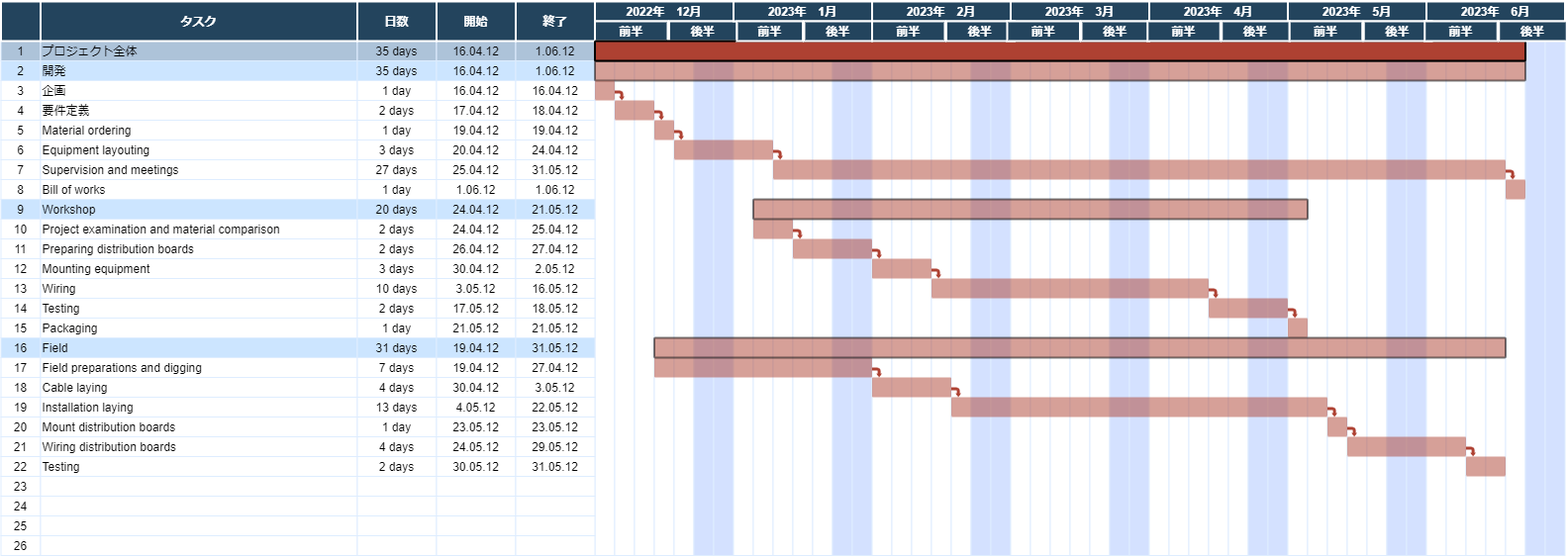
Before: スケジュール.drawio.png, a diagram exported from draw.io (buyodo/webgis-doc). Source tidied: cells renumbered, new cells last; positions are measured from the earlier drawing's top-left corner, leaving out a move shared by most shapes.
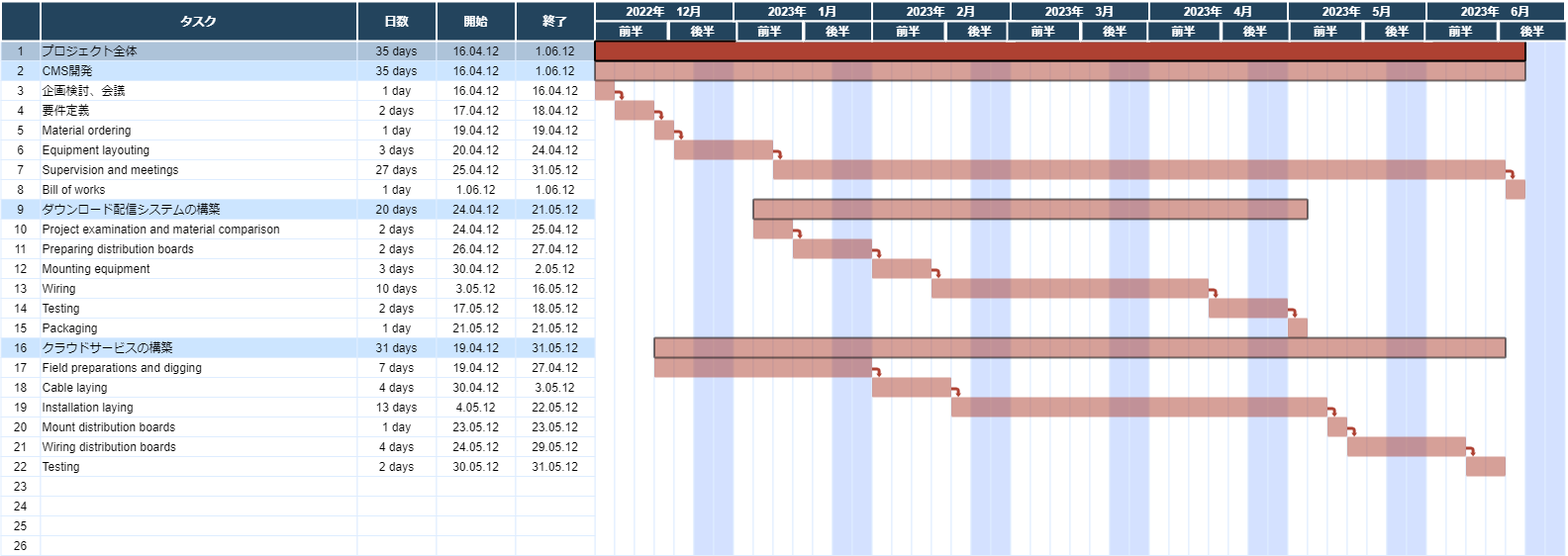
Later version of the same file.

Commit message:
スケジュール.drawio.png を更新します

The edit, as a diff of the source:
```diff
@@ -23,7 +23,7 @@
     <mxCell id="8" value="2" style="strokeColor=#DEEDFF;fillColor=#CCE5FF;" parent="1" vertex="1">
       <mxGeometry x="0.5" y="60" width="40" height="20" as="geometry" />
     </mxCell>
-    <mxCell id="9" value="開発" style="align=left;strokeColor=#DEEDFF;fillColor=#CCE5FF;" parent="1" vertex="1">
+    <mxCell id="9" value="CMS開発" style="align=left;strokeColor=#DEEDFF;fillColor=#CCE5FF;" parent="1" vertex="1">
       <mxGeometry x="40.5" y="60" width="320" height="20" as="geometry" />
     </mxCell>
     <mxCell id="10" value="35 days" style="strokeColor=#DEEDFF;fillColor=#CCE5FF;" parent="1" vertex="1">
@@ -38,7 +38,7 @@
     <mxCell id="13" value="3" style="strokeColor=#DEEDFF;" parent="1" vertex="1">
       <mxGeometry x="0.5" y="80" width="40" height="20" as="geometry" />
     </mxCell>
-    <mxCell id="14" value="企画" style="align=left;strokeColor=#DEEDFF;" parent="1" vertex="1">
+    <mxCell id="14" value="企画検討、会議" style="align=left;strokeColor=#DEEDFF;" parent="1" vertex="1">
       <mxGeometry x="40.5" y="80" width="320" height="20" as="geometry" />
     </mxCell>
     <mxCell id="15" value="1 day" style="strokeColor=#DEEDFF;" parent="1" vertex="1">
@@ -128,7 +128,7 @@
     <mxCell id="43" value="9" style="strokeColor=#DEEDFF;fillColor=#CCE5FF;" parent="1" vertex="1">
       <mxGeometry x="0.5" y="200" width="40" height="20" as="geometry" />
     </mxCell>
-    <mxCell id="44" value="Workshop" style="align=left;strokeColor=#DEEDFF;fillColor=#CCE5FF;" parent="1" vertex="1">
+    <mxCell id="44" value="ダウンロード配信システムの構築" style="align=left;strokeColor=#DEEDFF;fillColor=#CCE5FF;" parent="1" vertex="1">
       <mxGeometry x="40.5" y="200" width="320" height="20" as="geometry" />
     </mxCell>
     <mxCell id="45" value="20 days" style="strokeColor=#DEEDFF;fillColor=#CCE5FF;" parent="1" vertex="1">
@@ -233,7 +233,7 @@
     <mxCell id="78" value="16" style="strokeColor=#DEEDFF;fillColor=#CCE5FF;" parent="1" vertex="1">
       <mxGeometry x="0.5" y="340" width="40" height="20" as="geometry" />
     </mxCell>
-    <mxCell id="79" value="Field" style="align=left;strokeColor=#DEEDFF;fillColor=#CCE5FF;" parent="1" vertex="1">
+    <mxCell id="79" value="クラウドサービスの構築" style="align=left;strokeColor=#DEEDFF;fillColor=#CCE5FF;" parent="1" vertex="1">
       <mxGeometry x="40.5" y="340" width="320" height="20" as="geometry" />
     </mxCell>
     <mxCell id="80" value="31 days" style="strokeColor=#DEEDFF;fillColor=#CCE5FF;" parent="1" vertex="1">
```
